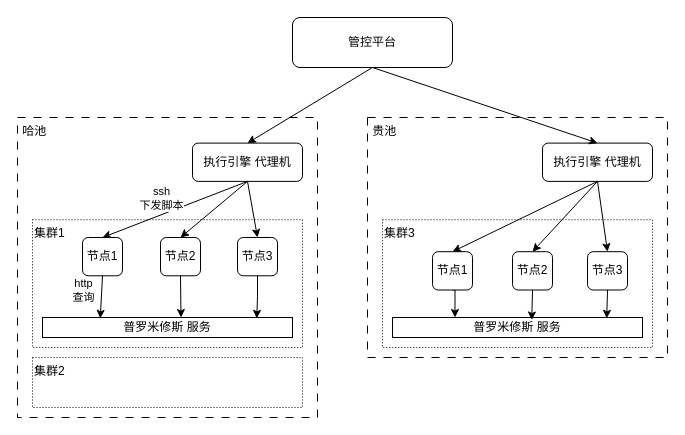
Earlier version of the draw.io diagram 管控平台PaaS巡检.drawio (Lee-7723/Learn-Git). Source tidied: cells renumbered, new cells numbered last; positions are measured from the earlier drawing's top-left corner, leaving out a move shared by most shapes. Both pictures are drawn from the tidied source at 100%, with x=0, y=0 at pixel (17, 17).
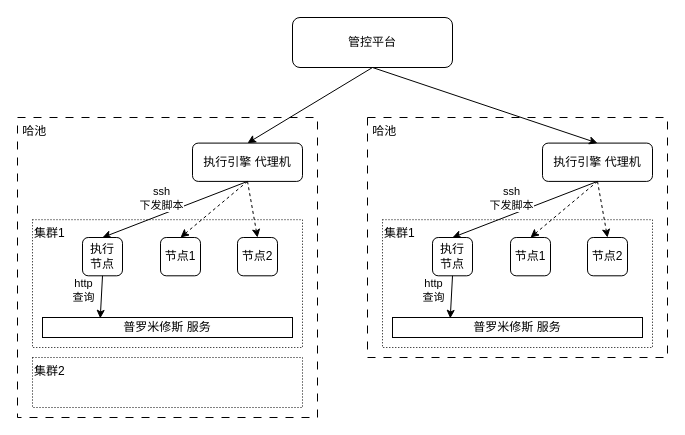
Above is the later version.

Commit message:
更新管控平台PaaS巡检.drawio

Unchanged cells that the change refers to:
```xml
<mxCell id="2" value="管控平台" style="rounded=1;whiteSpace=wrap;html=1;" parent="1" vertex="1">
  <mxGeometry x="275" width="160" height="50" as="geometry" />
</mxCell>
<mxCell id="7" value="执行引擎 代理机" style="rounded=1;whiteSpace=wrap;html=1;" parent="1" vertex="1">
  <mxGeometry x="175" y="125.6" width="110" height="38.3" as="geometry" />
</mxCell>
<mxCell id="13" value="普罗米修斯 服务" style="rounded=0;whiteSpace=wrap;html=1;" parent="1" vertex="1">
  <mxGeometry x="25" y="300" width="250" height="20" as="geometry" />
</mxCell>
<mxCell id="21" value="执行引擎 代理机" style="rounded=1;whiteSpace=wrap;html=1;" parent="1" vertex="1">
  <mxGeometry x="525" y="125.6" width="110" height="38.3" as="geometry" />
</mxCell>
<mxCell id="27" value="普罗米修斯 服务" style="rounded=0;whiteSpace=wrap;html=1;" parent="1" vertex="1">
  <mxGeometry x="375" y="300" width="250" height="20" as="geometry" />
</mxCell>
```

Change to the diagram source:
```diff
@@
-    <mxCell id="5" style="rounded=0;jettySize=auto;html=1;exitX=0.5;exitY=1;exitDx=0;exitDy=0;entryX=0.5;entryY=0;entryDx=0;entryDy=0;" parent="1" edge="1" source="7" target="11">
+    <mxCell id="5" style="rounded=0;jettySize=auto;html=1;exitX=0.5;exitY=1;exitDx=0;exitDy=0;entryX=0.5;entryY=0;entryDx=0;entryDy=0;dashed=1;" parent="1" edge="1" source="7" target="11">
       <mxGeometry relative="1" as="geometry" />
     </mxCell>
-    <mxCell id="6" style="rounded=0;jettySize=auto;html=1;exitX=0.5;exitY=1;exitDx=0;exitDy=0;entryX=0.5;entryY=0;entryDx=0;entryDy=0;" parent="1" edge="1" source="7" target="12">
+    <mxCell id="6" style="rounded=0;jettySize=auto;html=1;exitX=0.5;exitY=1;exitDx=0;exitDy=0;entryX=0.5;entryY=0;entryDx=0;entryDy=0;dashed=1;" parent="1" edge="1" source="7" target="12">
       <mxGeometry relative="1" as="geometry" />
     </mxCell>
@@
-    <mxCell id="10" value="节点1" style="rounded=1;whiteSpace=wrap;html=1;" parent="1" vertex="1">
+    <mxCell id="10" value="&lt;div&gt;执行&lt;/div&gt;&lt;div&gt;节点&lt;/div&gt;" style="rounded=1;whiteSpace=wrap;html=1;" parent="1" vertex="1">
       <mxGeometry x="65" y="220" width="40" height="38.3" as="geometry" />
     </mxCell>
-    <mxCell id="11" value="节点2" style="rounded=1;whiteSpace=wrap;html=1;" parent="1" vertex="1">
+    <mxCell id="11" value="节点1" style="rounded=1;whiteSpace=wrap;html=1;" parent="1" vertex="1">
       <mxGeometry x="143" y="220" width="40" height="38.3" as="geometry" />
     </mxCell>
-    <mxCell id="12" value="节点3" style="rounded=1;whiteSpace=wrap;html=1;" parent="1" vertex="1">
+    <mxCell id="12" value="节点2" style="rounded=1;whiteSpace=wrap;html=1;" parent="1" vertex="1">
       <mxGeometry x="220" y="220" width="40" height="38.3" as="geometry" />
     </mxCell>
@@
-    <mxCell id="14" style="edgeStyle=orthogonalEdgeStyle;rounded=0;jettySize=auto;html=1;exitX=0.5;exitY=1;exitDx=0;exitDy=0;entryX=0.857;entryY=0.042;entryDx=0;entryDy=0;entryPerimeter=0;" parent="1" edge="1" source="12" target="13">
-      <mxGeometry relative="1" as="geometry" />
-    </mxCell>
@@
-    <mxCell id="17" value="&amp;nbsp;贵池" style="rounded=0;whiteSpace=wrap;html=1;dashed=1;dashPattern=8 8;labelPosition=center;verticalLabelPosition=middle;align=left;verticalAlign=top;" parent="1" vertex="1">
-      <mxGeometry x="350" y="100" width="300" height="240" as="geometry" />
-    </mxCell>
-    <mxCell id="18" value="集群3" style="rounded=0;whiteSpace=wrap;html=1;dashed=1;dashPattern=1 2;verticalAlign=top;align=left;" parent="1" vertex="1">
-      <mxGeometry x="365" y="202.2" width="270" height="127.8" as="geometry" />
-    </mxCell>
+    <mxCell id="32" style="edgeStyle=none;rounded=0;jettySize=auto;html=1;exitX=0.5;exitY=1;exitDx=0;exitDy=0;entryX=0.231;entryY=0.042;entryDx=0;entryDy=0;entryPerimeter=0;" parent="1" edge="1" source="10" target="13">
+      <mxGeometry relative="1" as="geometry" />
+    </mxCell>
+    <mxCell id="33" value="http&lt;br&gt;查询" style="edgeLabel;html=1;align=center;verticalAlign=middle;" parent="32" vertex="1">
+      <mxGeometry x="-0.18" y="-1" relative="1" as="geometry">
+        <mxPoint x="-18" y="-3" as="offset" />
+      </mxGeometry>
+    </mxCell>
+    <mxCell id="34" value="&lt;div&gt;&amp;nbsp;哈池&lt;/div&gt;" style="rounded=0;whiteSpace=wrap;html=1;dashed=1;dashPattern=8 8;labelPosition=center;verticalLabelPosition=middle;align=left;verticalAlign=top;" parent="1" vertex="1">
+      <mxGeometry x="350" y="100" width="300" height="240" as="geometry" />
+    </mxCell>
+    <mxCell id="35" value="集群1" style="rounded=0;whiteSpace=wrap;html=1;dashed=1;dashPattern=1 2;verticalAlign=top;align=left;" parent="1" vertex="1">
+      <mxGeometry x="365" y="202.2" width="270" height="127.8" as="geometry" />
+    </mxCell>
+    <mxCell id="22" style="rounded=0;jettySize=auto;html=1;exitX=0.5;exitY=1;exitDx=0;exitDy=0;entryX=0.5;entryY=0;entryDx=0;entryDy=0;dashed=1;" parent="1" edge="1" source="21" target="24">
+      <mxGeometry relative="1" as="geometry" />
+    </mxCell>
-    <mxCell id="19" style="rounded=0;jettySize=auto;html=1;exitX=0.5;exitY=1;exitDx=0;exitDy=0;entryX=0.5;entryY=0;entryDx=0;entryDy=0;" parent="1" edge="1" source="21" target="25">
+    <mxCell id="19" style="rounded=0;jettySize=auto;html=1;exitX=0.5;exitY=1;exitDx=0;exitDy=0;entryX=0.5;entryY=0;entryDx=0;entryDy=0;dashed=1;" parent="1" edge="1" source="21" target="25">
       <mxGeometry relative="1" as="geometry" />
     </mxCell>
-    <mxCell id="20" style="rounded=0;jettySize=auto;html=1;exitX=0.5;exitY=1;exitDx=0;exitDy=0;entryX=0.5;entryY=0;entryDx=0;entryDy=0;" parent="1" edge="1" source="21" target="26">
-      <mxGeometry relative="1" as="geometry" />
-    </mxCell>
@@
-    <mxCell id="22" style="rounded=0;jettySize=auto;html=1;exitX=0.5;exitY=1;exitDx=0;exitDy=0;entryX=0.5;entryY=0;entryDx=0;entryDy=0;" parent="1" edge="1" source="21" target="24">
-      <mxGeometry relative="1" as="geometry" />
-    </mxCell>
-    <mxCell id="23" style="edgeStyle=orthogonalEdgeStyle;rounded=0;jettySize=auto;html=1;exitX=0.5;exitY=1;exitDx=0;exitDy=0;entryX=0.25;entryY=0;entryDx=0;entryDy=0;" parent="1" edge="1" source="24" target="27">
-      <mxGeometry relative="1" as="geometry" />
-    </mxCell>
+    <mxCell id="36" style="rounded=0;jettySize=auto;html=1;exitX=0.5;exitY=1;exitDx=0;exitDy=0;entryX=0.5;entryY=0;entryDx=0;entryDy=0;" parent="1" edge="1" source="21" target="38">
+      <mxGeometry relative="1" as="geometry" />
+    </mxCell>
+    <mxCell id="37" value="ssh&lt;br&gt;下发脚本" style="edgeLabel;html=1;align=center;verticalAlign=middle;" parent="36" vertex="1">
+      <mxGeometry x="-0.12" y="2" relative="1" as="geometry">
+        <mxPoint x="-24" y="-10" as="offset" />
+      </mxGeometry>
+    </mxCell>
+    <mxCell id="38" value="&lt;div&gt;执行&lt;/div&gt;&lt;div&gt;节点&lt;/div&gt;" style="rounded=1;whiteSpace=wrap;html=1;" parent="1" vertex="1">
+      <mxGeometry x="415" y="220" width="40" height="38.3" as="geometry" />
+    </mxCell>
     <mxCell id="24" value="节点1" style="rounded=1;whiteSpace=wrap;html=1;" parent="1" vertex="1">
-      <mxGeometry x="415" y="234.2" width="40" height="38.3" as="geometry" />
+      <mxGeometry x="493" y="220" width="40" height="38.3" as="geometry" />
     </mxCell>
     <mxCell id="25" value="节点2" style="rounded=1;whiteSpace=wrap;html=1;" parent="1" vertex="1">
-      <mxGeometry x="495" y="234.2" width="40" height="38.3" as="geometry" />
+      <mxGeometry x="570" y="220" width="40" height="38.3" as="geometry" />
     </mxCell>
-    <mxCell id="26" value="节点3" style="rounded=1;whiteSpace=wrap;html=1;" parent="1" vertex="1">
-      <mxGeometry x="570" y="234.2" width="40" height="38.3" as="geometry" />
-    </mxCell>
@@
-    <mxCell id="28" style="edgeStyle=orthogonalEdgeStyle;rounded=0;jettySize=auto;html=1;exitX=0.5;exitY=1;exitDx=0;exitDy=0;entryX=0.557;entryY=0.125;entryDx=0;entryDy=0;entryPerimeter=0;" parent="1" edge="1" source="25" target="27">
-      <mxGeometry relative="1" as="geometry" />
-    </mxCell>
-    <mxCell id="29" style="edgeStyle=orthogonalEdgeStyle;rounded=0;jettySize=auto;html=1;exitX=0.5;exitY=1;exitDx=0;exitDy=0;entryX=0.857;entryY=0.042;entryDx=0;entryDy=0;entryPerimeter=0;" parent="1" edge="1" source="26" target="27">
-      <mxGeometry relative="1" as="geometry" />
-    </mxCell>
+    <mxCell id="39" style="edgeStyle=none;rounded=0;jettySize=auto;html=1;exitX=0.5;exitY=1;exitDx=0;exitDy=0;entryX=0.231;entryY=0.042;entryDx=0;entryDy=0;entryPerimeter=0;" parent="1" edge="1" source="38" target="27">
+      <mxGeometry relative="1" as="geometry" />
+    </mxCell>
+    <mxCell id="40" value="http&lt;br&gt;查询" style="edgeLabel;html=1;align=center;verticalAlign=middle;" parent="39" vertex="1">
+      <mxGeometry x="-0.18" y="-1" relative="1" as="geometry">
+        <mxPoint x="-18" y="-3" as="offset" />
+      </mxGeometry>
+    </mxCell>
-    <mxCell id="30" style="rounded=0;jettySize=auto;html=1;exitX=0.5;exitY=1;exitDx=0;exitDy=0;entryX=0.5;entryY=0;entryDx=0;entryDy=0;" parent="1" edge="1" source="2" target="21">
-      <mxGeometry relative="1" as="geometry" />
+    <mxCell id="30" style="rounded=0;jettySize=auto;html=1;exitX=0.5;exitY=1;exitDx=0;exitDy=0;entryX=0.5;entryY=0;entryDx=0;entryDy=0;" parent="1" edge="1" source="2">
+      <mxGeometry relative="1" as="geometry">
+        <mxPoint x="580" y="125.6" as="targetPoint" />
+      </mxGeometry>
     </mxCell>
-    <mxCell id="31" style="edgeStyle=none;rounded=0;jettySize=auto;html=1;exitX=0.5;exitY=1;exitDx=0;exitDy=0;entryX=0.554;entryY=0;entryDx=0;entryDy=0;entryPerimeter=0;" parent="1" edge="1" source="11" target="13">
-      <mxGeometry relative="1" as="geometry" />
-    </mxCell>
-    <mxCell id="32" style="edgeStyle=none;rounded=0;jettySize=auto;html=1;exitX=0.5;exitY=1;exitDx=0;exitDy=0;entryX=0.231;entryY=0.042;entryDx=0;entryDy=0;entryPerimeter=0;" parent="1" edge="1" source="10" target="13">
-      <mxGeometry relative="1" as="geometry" />
-    </mxCell>
-    <mxCell id="33" value="http&lt;br&gt;查询" style="edgeLabel;html=1;align=center;verticalAlign=middle;" parent="32" vertex="1">
-      <mxGeometry x="-0.18" y="-1" relative="1" as="geometry">
-        <mxPoint x="-18" y="-3" as="offset" />
-      </mxGeometry>
-    </mxCell>
```
